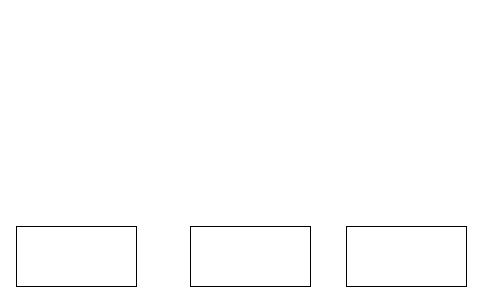
The draw.io diagram 1.drawio in hellp31/Belomyttsev-Gleb-Algoritm, before the edit. Source tidied: cells renumbered, new cells numbered last; positions are measured from the earlier drawing's top-left corner, leaving out a move shared by most shapes. Both pictures are drawn from the tidied source at 100%, with x=0, y=0 at pixel (16, 226).
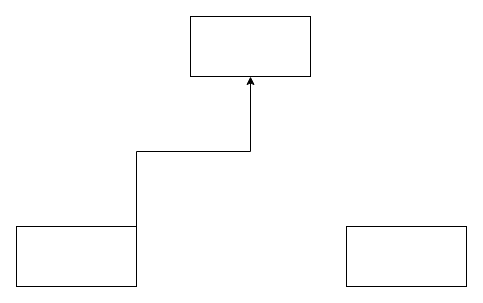
Above is the later version.

Change to the diagram source:
```diff
@@
 <mxGraphModel>
   <root>
     <mxCell id="0" />
     <mxCell id="1" parent="0" />
     <mxCell id="2" style="rounded=0;whiteSpace=wrap;html=1;" parent="1" vertex="1">
-      <mxGeometry x="174" width="120" height="60" as="geometry" />
+      <mxGeometry x="174" y="-210" width="120" height="60" as="geometry" />
     </mxCell>
+    <mxCell id="5" style="edgeStyle=orthogonalEdgeStyle;rounded=0;jettySize=auto;html=1;exitX=1;exitY=0;exitDx=0;exitDy=0;" parent="1" edge="1" source="3" target="2">
+      <mxGeometry relative="1" as="geometry" />
+    </mxCell>
     <mxCell id="3" style="rounded=0;whiteSpace=wrap;html=1;" parent="1" vertex="1">
       <mxGeometry width="120" height="60" as="geometry" />
     </mxCell>
     <mxCell id="4" style="rounded=0;whiteSpace=wrap;html=1;" parent="1" vertex="1">
       <mxGeometry x="330" width="120" height="60" as="geometry" />
     </mxCell>
   </root>
 </mxGraphModel>
```
